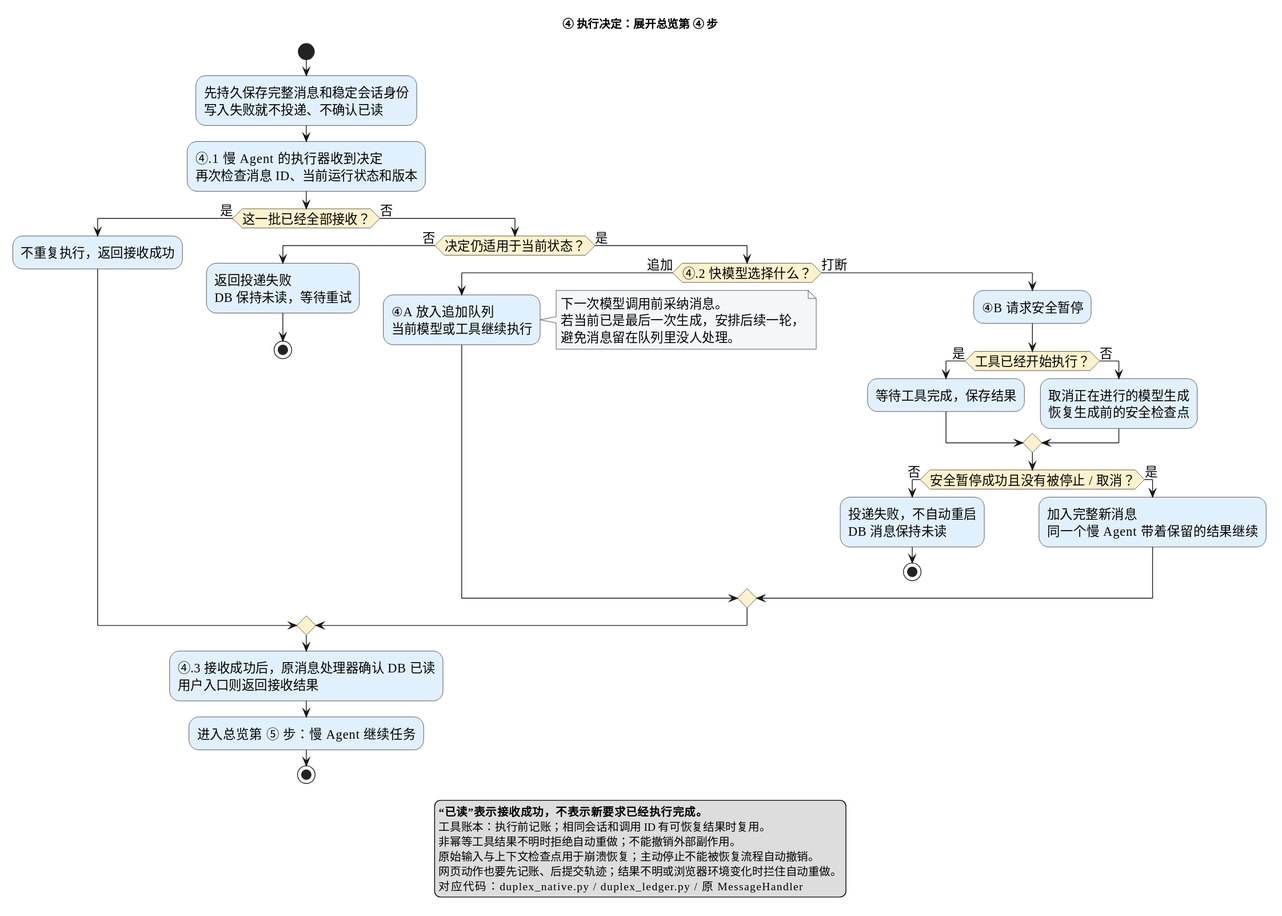
Above: docs/diagrams/duplex-detail-04-apply.svg in zuiho-kai/jiuwenswarm (PlantUML), before the change.
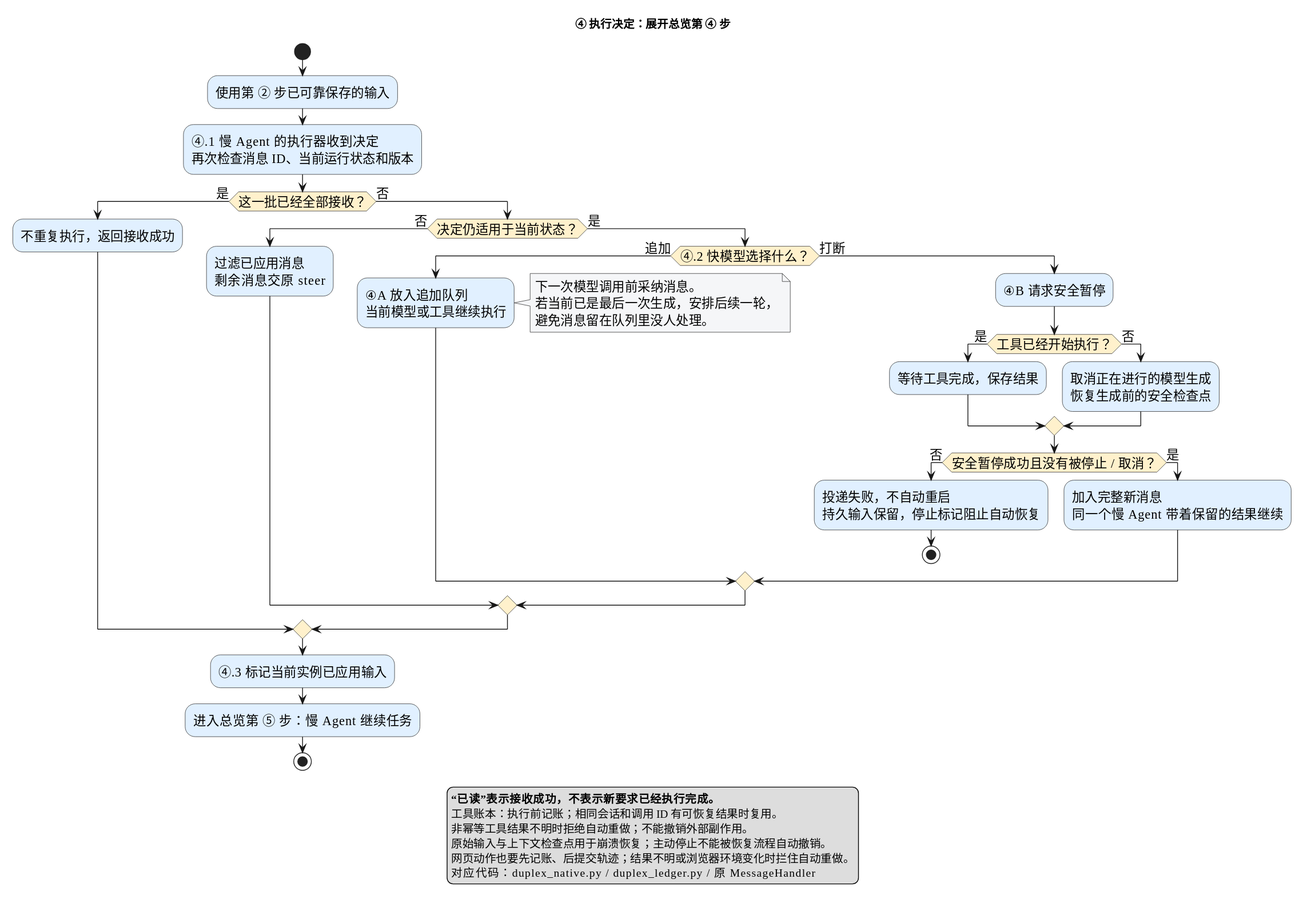
Later version of the same file.

The edit, as a diff of the source:
```diff
@@ -7,14 +7,13 @@
 skinparam activityDiamondBackgroundColor #FFF1CC
 skinparam noteBackgroundColor #F5F6F8
 start
-:先持久保存完整消息和稳定会话身份\n写入失败就不投递、不确认已读;
+:使用第 ② 步已可靠保存的输入;
 :④.1 慢 Agent 的执行器收到决定\n再次检查消息 ID、当前运行状态和版本;
 if (这一批已经全部接收？) then (是)
   :不重复执行，返回接收成功;
 else (否)
   if (决定仍适用于当前状态？) then (否)
-    :返回投递失败\nDB 保持未读，等待重试;
-    stop
+    :过滤已应用消息\n剩余消息交原 steer;
   else (是)
     if (④.2 快模型选择什么？) then (追加)
       :④A 放入追加队列\n当前模型或工具继续执行;
@@ -31,7 +30,7 @@
         :取消正在进行的模型生成\n恢复生成前的安全检查点;
       endif
       if (安全暂停成功且没有被停止 / 取消？) then (否)
-        :投递失败，不自动重启\nDB 消息保持未读;
+        :投递失败，不自动重启\n持久输入保留，停止标记阻止自动恢复;
         stop
       else (是)
         :加入完整新消息\n同一个慢 Agent 带着保留的结果继续;
@@ -39,7 +38,7 @@
     endif
   endif
 endif
-:④.3 接收成功后，原消息处理器确认 DB 已读\n用户入口则返回接收结果;
+:④.3 标记当前实例已应用输入;
 :进入总览第 ⑤ 步：慢 Agent 继续任务;
 stop
 legend bottom
```
